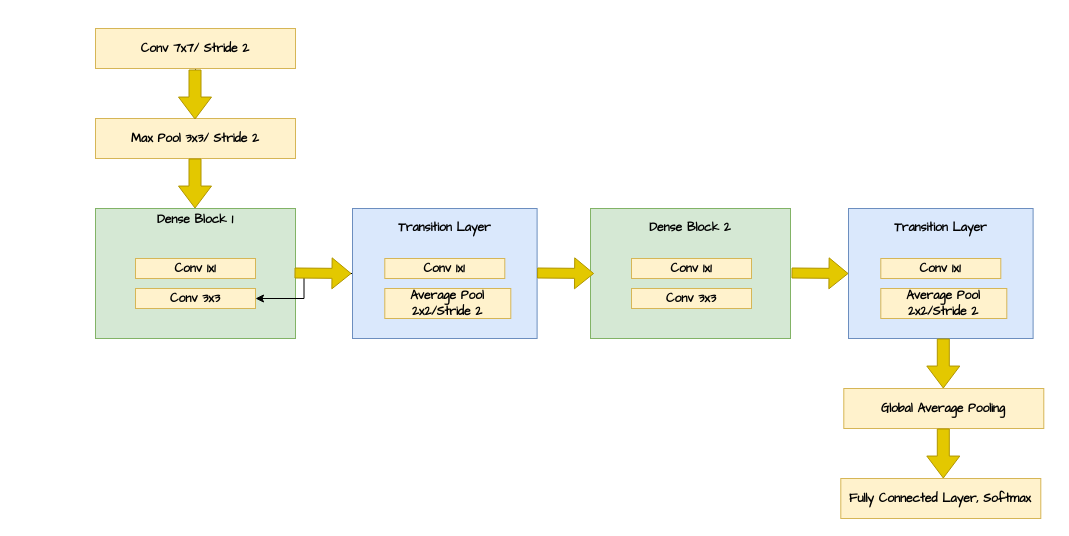
Earlier version of the draw.io diagram Untitled Diagram.drawio (dhrubapuc23/Computer-Vision). Source tidied: cells renumbered, new cells numbered last; positions are measured from the earlier drawing's top-left corner, leaving out a move shared by most shapes. Both pictures are drawn from the tidied source at 100%, with x=0, y=0 at pixel (95, 28).
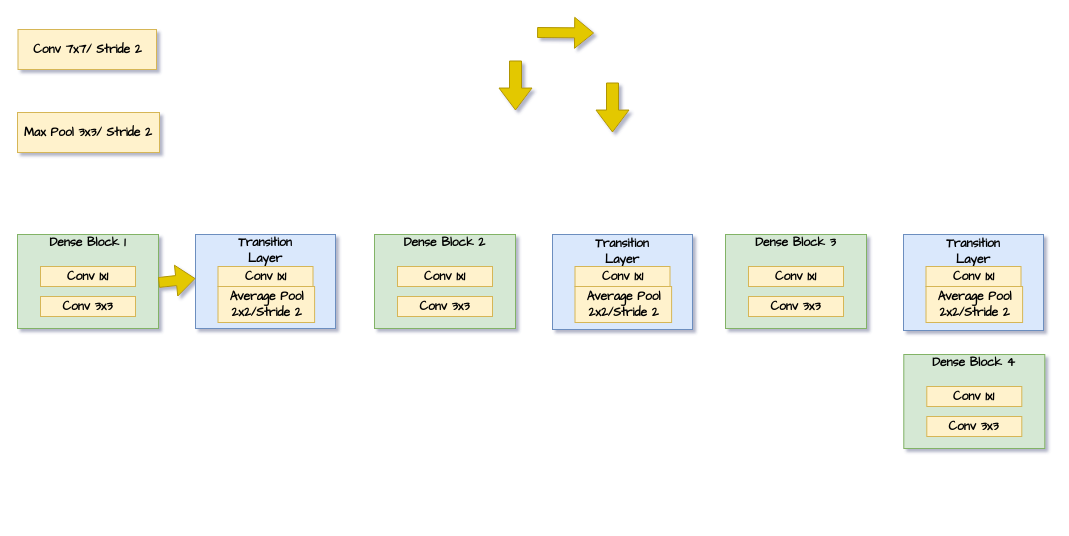
Above is the later version.

What changed in the source:
```diff
@@
-<mxGraphModel>
+<mxGraphModel shadow="1">
@@
-    <mxCell id="2" value="&lt;div align=&quot;center&quot;&gt;&lt;font face=&quot;Comic Sans MS&quot;&gt;&lt;b&gt;Dense Block 1&lt;/b&gt;&lt;/font&gt;&lt;/div&gt;&lt;div align=&quot;center&quot;&gt;&lt;font face=&quot;Comic Sans MS&quot;&gt;&lt;b&gt;&lt;br&gt;&lt;/b&gt;&lt;/font&gt;&lt;/div&gt;&lt;div align=&quot;center&quot;&gt;&lt;font face=&quot;Comic Sans MS&quot;&gt;&lt;b&gt;&lt;br&gt;&lt;/b&gt;&lt;/font&gt;&lt;/div&gt;&lt;div align=&quot;center&quot;&gt;&lt;font face=&quot;Comic Sans MS&quot;&gt;&lt;b&gt;&lt;br&gt;&lt;/b&gt;&lt;/font&gt;&lt;/div&gt;&lt;div align=&quot;center&quot;&gt;&lt;font face=&quot;Comic Sans MS&quot;&gt;&lt;b&gt;&lt;br&gt;&lt;/b&gt;&lt;/font&gt;&lt;/div&gt;&lt;div align=&quot;center&quot;&gt;&lt;font face=&quot;Comic Sans MS&quot;&gt;&lt;b&gt;&lt;br&gt;&lt;/b&gt;&lt;/font&gt;&lt;/div&gt;&lt;div align=&quot;center&quot;&gt;&lt;font face=&quot;Comic Sans MS&quot;&gt;&lt;b&gt;&lt;br&gt;&lt;/b&gt;&lt;/font&gt;&lt;/div&gt;&amp;nbsp;&amp;nbsp;&amp;nbsp;&amp;nbsp;&amp;nbsp;&amp;nbsp;&amp;nbsp;&amp;nbsp;&amp;nbsp;&amp;nbsp;&amp;nbsp;&amp;nbsp;&amp;nbsp;&amp;nbsp;&amp;nbsp;&amp;nbsp;&amp;nbsp;&amp;nbsp;&amp;nbsp;&amp;nbsp;&amp;nbsp;&amp;nbsp;&amp;nbsp;&amp;nbsp;&amp;nbsp;&amp;nbsp;&amp;nbsp;&amp;nbsp;&amp;nbsp;&amp;nbsp;&amp;nbsp;&amp;nbsp;&amp;nbsp;&amp;nbsp;&amp;nbsp;&amp;nbsp;&amp;nbsp;&amp;nbsp;&amp;nbsp;&amp;nbsp;&amp;nbsp;&amp;nbsp;&amp;nbsp;&amp;nbsp;&amp;nbsp;&amp;nbsp;&amp;nbsp;&amp;nbsp;&amp;nbsp;&amp;nbsp;&amp;nbsp;&amp;nbsp; " style="rounded=0;whiteSpace=wrap;html=1;fillColor=#d5e8d4;strokeColor=#82b366;shadow=0;sketch=0;glass=0;rotation=0;backgroundOutline=1;align=center;" parent="1" vertex="1">
-      <mxGeometry y="180" width="200" height="130" as="geometry" />
+    <mxCell id="2" value="&lt;div align=&quot;center&quot;&gt;&lt;font face=&quot;Comic Sans MS&quot;&gt;&lt;b&gt;&lt;br&gt;&lt;/b&gt;&lt;/font&gt;&lt;/div&gt;&lt;div align=&quot;center&quot;&gt;&lt;font face=&quot;Comic Sans MS&quot;&gt;&lt;b&gt;&lt;br&gt;&lt;/b&gt;&lt;/font&gt;&lt;/div&gt;&lt;div align=&quot;center&quot;&gt;&lt;font face=&quot;Comic Sans MS&quot;&gt;&lt;b&gt;Dense Block 1&lt;/b&gt;&lt;/font&gt;&lt;/div&gt;&lt;div align=&quot;center&quot;&gt;&lt;font face=&quot;Comic Sans MS&quot;&gt;&lt;b&gt;&lt;br&gt;&lt;/b&gt;&lt;/font&gt;&lt;/div&gt;&lt;div align=&quot;center&quot;&gt;&lt;font face=&quot;Comic Sans MS&quot;&gt;&lt;b&gt;&lt;br&gt;&lt;/b&gt;&lt;/font&gt;&lt;/div&gt;&lt;div align=&quot;center&quot;&gt;&lt;font face=&quot;Comic Sans MS&quot;&gt;&lt;b&gt;&lt;br&gt;&lt;/b&gt;&lt;/font&gt;&lt;/div&gt;&lt;div align=&quot;center&quot;&gt;&lt;font face=&quot;Comic Sans MS&quot;&gt;&lt;b&gt;&lt;br&gt;&lt;/b&gt;&lt;/font&gt;&lt;/div&gt;&lt;div align=&quot;center&quot;&gt;&lt;font face=&quot;Comic Sans MS&quot;&gt;&lt;b&gt;&lt;br&gt;&lt;/b&gt;&lt;/font&gt;&lt;/div&gt;&lt;div align=&quot;center&quot;&gt;&lt;font face=&quot;Comic Sans MS&quot;&gt;&lt;b&gt;&lt;br&gt;&lt;/b&gt;&lt;/font&gt;&lt;/div&gt;&lt;div align=&quot;center&quot;&gt;&lt;font face=&quot;Comic Sans MS&quot;&gt;&lt;b&gt;&lt;br&gt;&lt;/b&gt;&lt;/font&gt;&lt;/div&gt;" style="rounded=0;whiteSpace=wrap;html=1;fillColor=#d5e8d4;strokeColor=#82b366;shadow=0;sketch=0;glass=0;rotation=0;backgroundOutline=1;align=center;" parent="1" vertex="1">
+      <mxGeometry x="-78" y="206" width="141" height="94" as="geometry" />
     </mxCell>
     <mxCell id="3" value="&lt;b&gt;&lt;font face=&quot;Comic Sans MS&quot;&gt;Conv 1x1&lt;/font&gt;&lt;/b&gt;" style="rounded=0;whiteSpace=wrap;html=1;fillColor=#fff2cc;strokeColor=#d6b656;" parent="1" vertex="1">
-      <mxGeometry x="40" y="230" width="120" height="20" as="geometry" />
+      <mxGeometry x="-55" y="238" width="95" height="20" as="geometry" />
     </mxCell>
     <mxCell id="4" value="&lt;b&gt;&lt;font face=&quot;Comic Sans MS&quot;&gt;Conv 3x3&lt;/font&gt;&lt;/b&gt;" style="rounded=0;whiteSpace=wrap;html=1;fillColor=#fff2cc;strokeColor=#d6b656;" parent="1" vertex="1">
-      <mxGeometry x="40" y="260" width="120" height="20" as="geometry" />
+      <mxGeometry x="-55" y="268" width="95" height="20" as="geometry" />
     </mxCell>
-    <mxCell id="5" style="edgeStyle=orthogonalEdgeStyle;rounded=0;jettySize=auto;html=1;fontFamily=Comic Sans MS;" parent="1" edge="1" source="6" target="4">
-      <mxGeometry relative="1" as="geometry" />
-    </mxCell>
-    <mxCell id="6" value="&lt;blockquote&gt;&lt;b&gt;&lt;font face=&quot;Comic Sans MS&quot;&gt;Transition Layer&lt;br&gt;&lt;br&gt;&lt;br&gt;&lt;br&gt;&lt;br&gt;&lt;br&gt;&lt;br&gt;&lt;/font&gt;&lt;/b&gt;&lt;/blockquote&gt;" style="rounded=0;whiteSpace=wrap;html=1;fillColor=#dae8fc;strokeColor=#6c8ebf;shadow=0;sketch=0;glass=0;rotation=0;backgroundOutline=1;align=center;" parent="1" vertex="1">
-      <mxGeometry x="257" y="180" width="184.6" height="130" as="geometry" />
+    <mxCell id="6" value="&lt;blockquote&gt;&lt;b&gt;&lt;font face=&quot;Comic Sans MS&quot;&gt;Transition Layer&lt;br&gt;&lt;br&gt;&lt;br&gt;&lt;br&gt;&lt;br&gt;&lt;/font&gt;&lt;/b&gt;&lt;/blockquote&gt;" style="rounded=0;whiteSpace=wrap;html=1;fillColor=#dae8fc;strokeColor=#6c8ebf;shadow=0;sketch=0;glass=0;rotation=0;backgroundOutline=1;align=center;" parent="1" vertex="1">
+      <mxGeometry x="100" y="206" width="140" height="94" as="geometry" />
     </mxCell>
-    <mxCell id="7" value="&lt;b&gt;&lt;font face=&quot;Comic Sans MS&quot;&gt;Conv 1x1&lt;/font&gt;&lt;/b&gt;" style="rounded=0;whiteSpace=wrap;html=1;fillColor=#fff2cc;strokeColor=#d6b656;" parent="1" vertex="1">
-      <mxGeometry x="289.3" y="230" width="120" height="20" as="geometry" />
-    </mxCell>
     <mxCell id="8" value="&lt;b&gt;&lt;font face=&quot;Comic Sans MS&quot;&gt;Average Pool 2x2/Stride 2&lt;/font&gt;&lt;/b&gt;" style="rounded=0;whiteSpace=wrap;html=1;fillColor=#fff2cc;strokeColor=#d6b656;" parent="1" vertex="1">
-      <mxGeometry x="289.3" y="260" width="126" height="30" as="geometry" />
+      <mxGeometry x="122.5" y="258" width="96.6" height="36" as="geometry" />
     </mxCell>
-    <mxCell id="9" value="&lt;div align=&quot;center&quot;&gt;&lt;font face=&quot;Comic Sans MS&quot;&gt;&lt;b&gt;Dense Block 2&lt;br&gt;&lt;/b&gt;&lt;/font&gt;&lt;/div&gt;&lt;div align=&quot;center&quot;&gt;&lt;font face=&quot;Comic Sans MS&quot;&gt;&lt;b&gt;&lt;br&gt;&lt;/b&gt;&lt;/font&gt;&lt;/div&gt;&lt;div align=&quot;center&quot;&gt;&lt;font face=&quot;Comic Sans MS&quot;&gt;&lt;b&gt;&lt;br&gt;&lt;/b&gt;&lt;/font&gt;&lt;/div&gt;&lt;div align=&quot;center&quot;&gt;&lt;font face=&quot;Comic Sans MS&quot;&gt;&lt;b&gt;&lt;br&gt;&lt;/b&gt;&lt;/font&gt;&lt;/div&gt;&lt;div align=&quot;center&quot;&gt;&lt;font face=&quot;Comic Sans MS&quot;&gt;&lt;b&gt;&lt;br&gt;&lt;/b&gt;&lt;/font&gt;&lt;/div&gt;&lt;div align=&quot;center&quot;&gt;&lt;font face=&quot;Comic Sans MS&quot;&gt;&lt;b&gt;&lt;br&gt;&lt;/b&gt;&lt;/font&gt;&lt;/div&gt;&lt;div align=&quot;center&quot;&gt;&lt;font face=&quot;Comic Sans MS&quot;&gt;&lt;b&gt;&lt;br&gt;&lt;/b&gt;&lt;/font&gt;&lt;/div&gt;" style="rounded=0;whiteSpace=wrap;html=1;fillColor=#d5e8d4;strokeColor=#82b366;shadow=0;sketch=0;glass=0;rotation=0;backgroundOutline=1;align=center;" parent="1" vertex="1">
-      <mxGeometry x="495" y="180" width="200" height="130" as="geometry" />
-    </mxCell>
-    <mxCell id="10" value="&lt;b&gt;&lt;font face=&quot;Comic Sans MS&quot;&gt;Conv 1x1&lt;/font&gt;&lt;/b&gt;" style="rounded=0;whiteSpace=wrap;html=1;fillColor=#fff2cc;strokeColor=#d6b656;" parent="1" vertex="1">
-      <mxGeometry x="536" y="230" width="120" height="20" as="geometry" />
-    </mxCell>
-    <mxCell id="11" value="&lt;b&gt;&lt;font face=&quot;Comic Sans MS&quot;&gt;Conv 3x3&lt;/font&gt;&lt;/b&gt;" style="rounded=0;whiteSpace=wrap;html=1;fillColor=#fff2cc;strokeColor=#d6b656;" parent="1" vertex="1">
-      <mxGeometry x="536" y="260" width="120" height="20" as="geometry" />
-    </mxCell>
-    <mxCell id="12" value="&lt;blockquote&gt;&lt;b&gt;&lt;font face=&quot;Comic Sans MS&quot;&gt;Transition Layer&lt;br&gt;&lt;br&gt;&lt;br&gt;&lt;br&gt;&lt;br&gt;&lt;br&gt;&lt;br&gt;&lt;/font&gt;&lt;/b&gt;&lt;/blockquote&gt;" style="rounded=0;whiteSpace=wrap;html=1;fillColor=#dae8fc;strokeColor=#6c8ebf;shadow=0;sketch=0;glass=0;rotation=0;backgroundOutline=1;align=center;" parent="1" vertex="1">
-      <mxGeometry x="753" y="180" width="184.6" height="130" as="geometry" />
-    </mxCell>
-    <mxCell id="13" value="&lt;b&gt;&lt;font face=&quot;Comic Sans MS&quot;&gt;Conv 1x1&lt;/font&gt;&lt;/b&gt;" style="rounded=0;whiteSpace=wrap;html=1;fillColor=#fff2cc;strokeColor=#d6b656;" parent="1" vertex="1">
-      <mxGeometry x="785.3" y="230" width="120" height="20" as="geometry" />
-    </mxCell>
-    <mxCell id="14" value="&lt;b&gt;&lt;font face=&quot;Comic Sans MS&quot;&gt;Average Pool 2x2/Stride 2&lt;/font&gt;&lt;/b&gt;" style="rounded=0;whiteSpace=wrap;html=1;fillColor=#fff2cc;strokeColor=#d6b656;" parent="1" vertex="1">
-      <mxGeometry x="785.3" y="260" width="126" height="30" as="geometry" />
-    </mxCell>
     <mxCell id="15" style="shape=flexArrow;endArrow=classic;html=1;rounded=0;fontFamily=Comic Sans MS;fillColor=#e3c800;strokeColor=#B09500;" parent="1" edge="1">
       <mxGeometry relative="1" as="geometry">
-        <mxPoint x="199" y="244.5" as="sourcePoint" />
-        <mxPoint x="256" y="245" as="targetPoint" />
+        <mxPoint x="63" y="254" as="sourcePoint" />
+        <mxPoint x="100" y="250" as="targetPoint" />
       </mxGeometry>
     </mxCell>
     <mxCell id="16" style="shape=flexArrow;endArrow=classic;html=1;rounded=0;fontFamily=Comic Sans MS;fillColor=#e3c800;strokeColor=#B09500;" parent="1" edge="1">
       <mxGeometry relative="1" as="geometry">
-        <mxPoint x="441.6" y="244.5" as="sourcePoint" />
-        <mxPoint x="498.6" y="245" as="targetPoint" />
+        <mxPoint x="441.6" y="4" as="sourcePoint" />
+        <mxPoint x="498.6" y="4.5" as="targetPoint" />
       </mxGeometry>
     </mxCell>
-    <mxCell id="17" style="shape=flexArrow;endArrow=classic;html=1;rounded=0;fontFamily=Comic Sans MS;fillColor=#e3c800;strokeColor=#B09500;" parent="1" edge="1">
-      <mxGeometry relative="1" as="geometry">
-        <mxPoint x="696" y="244.5" as="sourcePoint" />
-        <mxPoint x="753" y="245" as="targetPoint" />
-      </mxGeometry>
-    </mxCell>
-    <mxCell id="18" style="edgeStyle=orthogonalEdgeStyle;rounded=0;jettySize=auto;html=1;fontFamily=Comic Sans MS;" parent="1" edge="1" source="19" target="20">
-      <mxGeometry relative="1" as="geometry" />
-    </mxCell>
     <mxCell id="19" value="&lt;b&gt;&lt;font face=&quot;Comic Sans MS&quot;&gt;Max Pool 3x3/ Stride 2&lt;/font&gt;&lt;/b&gt;" style="rounded=0;whiteSpace=wrap;html=1;fillColor=#fff2cc;strokeColor=#d6b656;" parent="1" vertex="1">
-      <mxGeometry y="90" width="200" height="40" as="geometry" />
+      <mxGeometry x="-78" y="84" width="142" height="40" as="geometry" />
     </mxCell>
     <mxCell id="20" value="&lt;b&gt;&lt;font face=&quot;Comic Sans MS&quot;&gt;Conv 7x7/ Stride 2&lt;/font&gt;&lt;/b&gt;" style="rounded=0;whiteSpace=wrap;html=1;fillColor=#fff2cc;strokeColor=#d6b656;" parent="1" vertex="1">
-      <mxGeometry width="200" height="40" as="geometry" />
+      <mxGeometry x="-77.5" y="1" width="138.5" height="40" as="geometry" />
     </mxCell>
     <mxCell id="21" style="shape=flexArrow;endArrow=classic;html=1;rounded=0;fontFamily=Comic Sans MS;fillColor=#e3c800;strokeColor=#B09500;width=12;endSize=6.98;" parent="1" edge="1">
       <mxGeometry relative="1" as="geometry">
-        <mxPoint x="99.5" y="41" as="sourcePoint" />
-        <mxPoint x="99.5" y="91" as="targetPoint" />
+        <mxPoint x="420" y="32" as="sourcePoint" />
+        <mxPoint x="420" y="82" as="targetPoint" />
       </mxGeometry>
     </mxCell>
     <mxCell id="22" style="shape=flexArrow;endArrow=classic;html=1;rounded=0;fontFamily=Comic Sans MS;fillColor=#e3c800;strokeColor=#B09500;width=12;endSize=6.98;" parent="1" edge="1">
       <mxGeometry relative="1" as="geometry">
-        <mxPoint x="99.5" y="130" as="sourcePoint" />
-        <mxPoint x="99.5" y="180" as="targetPoint" />
+        <mxPoint x="517" y="54" as="sourcePoint" />
+        <mxPoint x="517" y="104" as="targetPoint" />
       </mxGeometry>
     </mxCell>
-    <mxCell id="23" value="&lt;b&gt;&lt;font face=&quot;Comic Sans MS&quot;&gt;Global Average Pooling&lt;/font&gt;&lt;/b&gt;" style="rounded=0;whiteSpace=wrap;html=1;fillColor=#fff2cc;strokeColor=#d6b656;" parent="1" vertex="1">
-      <mxGeometry x="748.3" y="360" width="200" height="40" as="geometry" />
-    </mxCell>
-    <mxCell id="24" value="&lt;b&gt;&lt;font face=&quot;Comic Sans MS&quot;&gt;Fully Connected Layer, Softmax&lt;/font&gt;&lt;/b&gt;" style="rounded=0;whiteSpace=wrap;html=1;fillColor=#fff2cc;strokeColor=#d6b656;" parent="1" vertex="1">
-      <mxGeometry x="745.3" y="450" width="200" height="40" as="geometry" />
-    </mxCell>
-    <mxCell id="25" style="shape=flexArrow;endArrow=classic;html=1;rounded=0;fontFamily=Comic Sans MS;fillColor=#e3c800;strokeColor=#B09500;width=12;endSize=6.98;" parent="1" edge="1">
-      <mxGeometry relative="1" as="geometry">
-        <mxPoint x="847.8" y="310" as="sourcePoint" />
-        <mxPoint x="847.8" y="360" as="targetPoint" />
-      </mxGeometry>
-    </mxCell>
-    <mxCell id="26" style="shape=flexArrow;endArrow=classic;html=1;rounded=0;fontFamily=Comic Sans MS;fillColor=#e3c800;strokeColor=#B09500;width=12;endSize=6.98;" parent="1" edge="1">
-      <mxGeometry relative="1" as="geometry">
-        <mxPoint x="847.8" y="400" as="sourcePoint" />
-        <mxPoint x="847.8" y="450" as="targetPoint" />
-      </mxGeometry>
-    </mxCell>
+    <mxCell id="27" value="&lt;b&gt;&lt;font face=&quot;Comic Sans MS&quot;&gt;Conv 1x1&lt;/font&gt;&lt;/b&gt;" style="rounded=0;whiteSpace=wrap;html=1;fillColor=#fff2cc;strokeColor=#d6b656;" parent="1" vertex="1">
+      <mxGeometry x="122.5" y="238" width="95" height="20" as="geometry" />
+    </mxCell>
+    <mxCell id="9" value="&lt;div align=&quot;center&quot;&gt;&lt;font face=&quot;Comic Sans MS&quot;&gt;&lt;b&gt;&lt;br&gt;&lt;/b&gt;&lt;/font&gt;&lt;/div&gt;&lt;div align=&quot;center&quot;&gt;&lt;font face=&quot;Comic Sans MS&quot;&gt;&lt;b&gt;&lt;br&gt;&lt;/b&gt;&lt;/font&gt;&lt;/div&gt;&lt;div align=&quot;center&quot;&gt;&lt;font face=&quot;Comic Sans MS&quot;&gt;&lt;b&gt;Dense Block 2&lt;br&gt;&lt;/b&gt;&lt;/font&gt;&lt;/div&gt;&lt;div align=&quot;center&quot;&gt;&lt;font face=&quot;Comic Sans MS&quot;&gt;&lt;b&gt;&lt;br&gt;&lt;/b&gt;&lt;/font&gt;&lt;/div&gt;&lt;div align=&quot;center&quot;&gt;&lt;font face=&quot;Comic Sans MS&quot;&gt;&lt;b&gt;&lt;br&gt;&lt;/b&gt;&lt;/font&gt;&lt;/div&gt;&lt;div align=&quot;center&quot;&gt;&lt;font face=&quot;Comic Sans MS&quot;&gt;&lt;b&gt;&lt;br&gt;&lt;/b&gt;&lt;/font&gt;&lt;/div&gt;&lt;div align=&quot;center&quot;&gt;&lt;font face=&quot;Comic Sans MS&quot;&gt;&lt;b&gt;&lt;br&gt;&lt;/b&gt;&lt;/font&gt;&lt;/div&gt;&lt;div align=&quot;center&quot;&gt;&lt;font face=&quot;Comic Sans MS&quot;&gt;&lt;b&gt;&lt;br&gt;&lt;/b&gt;&lt;/font&gt;&lt;/div&gt;&lt;div align=&quot;center&quot;&gt;&lt;font face=&quot;Comic Sans MS&quot;&gt;&lt;b&gt;&lt;br&gt;&lt;/b&gt;&lt;/font&gt;&lt;/div&gt;&lt;div align=&quot;center&quot;&gt;&lt;font face=&quot;Comic Sans MS&quot;&gt;&lt;b&gt;&lt;br&gt;&lt;/b&gt;&lt;/font&gt;&lt;/div&gt;" style="rounded=0;whiteSpace=wrap;html=1;fillColor=#d5e8d4;strokeColor=#82b366;shadow=0;sketch=0;glass=0;rotation=0;backgroundOutline=1;align=center;" parent="1" vertex="1">
+      <mxGeometry x="279" y="206" width="141" height="94" as="geometry" />
+    </mxCell>
+    <mxCell id="28" value="&lt;b&gt;&lt;font face=&quot;Comic Sans MS&quot;&gt;Conv 1x1&lt;/font&gt;&lt;/b&gt;" style="rounded=0;whiteSpace=wrap;html=1;fillColor=#fff2cc;strokeColor=#d6b656;" parent="1" vertex="1">
+      <mxGeometry x="302" y="238" width="95" height="20" as="geometry" />
+    </mxCell>
+    <mxCell id="29" value="&lt;b&gt;&lt;font face=&quot;Comic Sans MS&quot;&gt;Conv 3x3&lt;/font&gt;&lt;/b&gt;" style="rounded=0;whiteSpace=wrap;html=1;fillColor=#fff2cc;strokeColor=#d6b656;" parent="1" vertex="1">
+      <mxGeometry x="302" y="268" width="95" height="20" as="geometry" />
+    </mxCell>
+    <mxCell id="30" value="&lt;blockquote&gt;&lt;b&gt;&lt;font face=&quot;Comic Sans MS&quot;&gt;Transition Layer&lt;br&gt;&lt;br&gt;&lt;br&gt;&lt;br&gt;&lt;br&gt;&lt;/font&gt;&lt;/b&gt;&lt;/blockquote&gt;" style="rounded=0;whiteSpace=wrap;html=1;fillColor=#dae8fc;strokeColor=#6c8ebf;shadow=0;sketch=0;glass=0;rotation=0;backgroundOutline=1;align=center;" parent="1" vertex="1">
+      <mxGeometry x="457" y="206" width="140" height="95" as="geometry" />
+    </mxCell>
+    <mxCell id="31" value="&lt;b&gt;&lt;font face=&quot;Comic Sans MS&quot;&gt;Average Pool 2x2/Stride 2&lt;/font&gt;&lt;/b&gt;" style="rounded=0;whiteSpace=wrap;html=1;fillColor=#fff2cc;strokeColor=#d6b656;" parent="1" vertex="1">
+      <mxGeometry x="479.5" y="258" width="96.6" height="36" as="geometry" />
+    </mxCell>
+    <mxCell id="32" value="&lt;b&gt;&lt;font face=&quot;Comic Sans MS&quot;&gt;Conv 1x1&lt;/font&gt;&lt;/b&gt;" style="rounded=0;whiteSpace=wrap;html=1;fillColor=#fff2cc;strokeColor=#d6b656;" parent="1" vertex="1">
+      <mxGeometry x="479.5" y="238" width="95" height="20" as="geometry" />
+    </mxCell>
+    <mxCell id="33" value="&lt;div align=&quot;center&quot;&gt;&lt;font face=&quot;Comic Sans MS&quot;&gt;&lt;b&gt;&lt;br&gt;&lt;/b&gt;&lt;/font&gt;&lt;/div&gt;&lt;div align=&quot;center&quot;&gt;&lt;font face=&quot;Comic Sans MS&quot;&gt;&lt;b&gt;&lt;br&gt;&lt;/b&gt;&lt;/font&gt;&lt;/div&gt;&lt;div align=&quot;center&quot;&gt;&lt;font face=&quot;Comic Sans MS&quot;&gt;&lt;b&gt;Dense Block 3&lt;br&gt;&lt;/b&gt;&lt;/font&gt;&lt;/div&gt;&lt;div align=&quot;center&quot;&gt;&lt;font face=&quot;Comic Sans MS&quot;&gt;&lt;b&gt;&lt;br&gt;&lt;/b&gt;&lt;/font&gt;&lt;/div&gt;&lt;div align=&quot;center&quot;&gt;&lt;font face=&quot;Comic Sans MS&quot;&gt;&lt;b&gt;&lt;br&gt;&lt;/b&gt;&lt;/font&gt;&lt;/div&gt;&lt;div align=&quot;center&quot;&gt;&lt;font face=&quot;Comic Sans MS&quot;&gt;&lt;b&gt;&lt;br&gt;&lt;/b&gt;&lt;/font&gt;&lt;/div&gt;&lt;div align=&quot;center&quot;&gt;&lt;font face=&quot;Comic Sans MS&quot;&gt;&lt;b&gt;&lt;br&gt;&lt;/b&gt;&lt;/font&gt;&lt;/div&gt;&lt;div align=&quot;center&quot;&gt;&lt;font face=&quot;Comic Sans MS&quot;&gt;&lt;b&gt;&lt;br&gt;&lt;/b&gt;&lt;/font&gt;&lt;/div&gt;&lt;div align=&quot;center&quot;&gt;&lt;font face=&quot;Comic Sans MS&quot;&gt;&lt;b&gt;&lt;br&gt;&lt;/b&gt;&lt;/font&gt;&lt;/div&gt;&lt;div align=&quot;center&quot;&gt;&lt;font face=&quot;Comic Sans MS&quot;&gt;&lt;b&gt;&lt;br&gt;&lt;/b&gt;&lt;/font&gt;&lt;/div&gt;" style="rounded=0;whiteSpace=wrap;html=1;fillColor=#d5e8d4;strokeColor=#82b366;shadow=0;sketch=0;glass=0;rotation=0;backgroundOutline=1;align=center;" parent="1" vertex="1">
+      <mxGeometry x="630" y="206" width="141" height="94" as="geometry" />
+    </mxCell>
+    <mxCell id="34" value="&lt;b&gt;&lt;font face=&quot;Comic Sans MS&quot;&gt;Conv 1x1&lt;/font&gt;&lt;/b&gt;" style="rounded=0;whiteSpace=wrap;html=1;fillColor=#fff2cc;strokeColor=#d6b656;" parent="1" vertex="1">
+      <mxGeometry x="653" y="238" width="95" height="20" as="geometry" />
+    </mxCell>
+    <mxCell id="35" value="&lt;b&gt;&lt;font face=&quot;Comic Sans MS&quot;&gt;Conv 3x3&lt;/font&gt;&lt;/b&gt;" style="rounded=0;whiteSpace=wrap;html=1;fillColor=#fff2cc;strokeColor=#d6b656;" parent="1" vertex="1">
+      <mxGeometry x="653" y="268" width="95" height="20" as="geometry" />
+    </mxCell>
+    <mxCell id="36" value="&lt;blockquote&gt;&lt;b&gt;&lt;font face=&quot;Comic Sans MS&quot;&gt;Transition Layer&lt;br&gt;&lt;br&gt;&lt;br&gt;&lt;br&gt;&lt;br&gt;&lt;/font&gt;&lt;/b&gt;&lt;/blockquote&gt;" style="rounded=0;whiteSpace=wrap;html=1;fillColor=#dae8fc;strokeColor=#6c8ebf;shadow=0;sketch=0;glass=0;rotation=0;backgroundOutline=1;align=center;" parent="1" vertex="1">
+      <mxGeometry x="808" y="206" width="140" height="96" as="geometry" />
+    </mxCell>
+    <mxCell id="37" value="&lt;b&gt;&lt;font face=&quot;Comic Sans MS&quot;&gt;Average Pool 2x2/Stride 2&lt;/font&gt;&lt;/b&gt;" style="rounded=0;whiteSpace=wrap;html=1;fillColor=#fff2cc;strokeColor=#d6b656;" parent="1" vertex="1">
+      <mxGeometry x="830.5" y="258" width="96.6" height="36" as="geometry" />
+    </mxCell>
+    <mxCell id="38" value="&lt;b&gt;&lt;font face=&quot;Comic Sans MS&quot;&gt;Conv 1x1&lt;/font&gt;&lt;/b&gt;" style="rounded=0;whiteSpace=wrap;html=1;fillColor=#fff2cc;strokeColor=#d6b656;" parent="1" vertex="1">
+      <mxGeometry x="830.5" y="238" width="95" height="20" as="geometry" />
+    </mxCell>
+    <mxCell id="39" value="&lt;div align=&quot;center&quot;&gt;&lt;font face=&quot;Comic Sans MS&quot;&gt;&lt;b&gt;&lt;br&gt;&lt;/b&gt;&lt;/font&gt;&lt;/div&gt;&lt;div align=&quot;center&quot;&gt;&lt;font face=&quot;Comic Sans MS&quot;&gt;&lt;b&gt;&lt;br&gt;&lt;/b&gt;&lt;/font&gt;&lt;/div&gt;&lt;div align=&quot;center&quot;&gt;&lt;font face=&quot;Comic Sans MS&quot;&gt;&lt;b&gt;Dense Block 4&lt;br&gt;&lt;/b&gt;&lt;/font&gt;&lt;/div&gt;&lt;div align=&quot;center&quot;&gt;&lt;font face=&quot;Comic Sans MS&quot;&gt;&lt;b&gt;&lt;br&gt;&lt;/b&gt;&lt;/font&gt;&lt;/div&gt;&lt;div align=&quot;center&quot;&gt;&lt;font face=&quot;Comic Sans MS&quot;&gt;&lt;b&gt;&lt;br&gt;&lt;/b&gt;&lt;/font&gt;&lt;/div&gt;&lt;div align=&quot;center&quot;&gt;&lt;font face=&quot;Comic Sans MS&quot;&gt;&lt;b&gt;&lt;br&gt;&lt;/b&gt;&lt;/font&gt;&lt;/div&gt;&lt;div align=&quot;center&quot;&gt;&lt;font face=&quot;Comic Sans MS&quot;&gt;&lt;b&gt;&lt;br&gt;&lt;/b&gt;&lt;/font&gt;&lt;/div&gt;&lt;div align=&quot;center&quot;&gt;&lt;font face=&quot;Comic Sans MS&quot;&gt;&lt;b&gt;&lt;br&gt;&lt;/b&gt;&lt;/font&gt;&lt;/div&gt;&lt;div align=&quot;center&quot;&gt;&lt;font face=&quot;Comic Sans MS&quot;&gt;&lt;b&gt;&lt;br&gt;&lt;/b&gt;&lt;/font&gt;&lt;/div&gt;&lt;div align=&quot;center&quot;&gt;&lt;font face=&quot;Comic Sans MS&quot;&gt;&lt;b&gt;&lt;br&gt;&lt;/b&gt;&lt;/font&gt;&lt;/div&gt;" style="rounded=0;whiteSpace=wrap;html=1;fillColor=#d5e8d4;strokeColor=#82b366;shadow=0;sketch=0;glass=0;rotation=0;backgroundOutline=1;align=center;" parent="1" vertex="1">
+      <mxGeometry x="808.3" y="326" width="141" height="94" as="geometry" />
+    </mxCell>
+    <mxCell id="40" value="&lt;b&gt;&lt;font face=&quot;Comic Sans MS&quot;&gt;Conv 1x1&lt;/font&gt;&lt;/b&gt;" style="rounded=0;whiteSpace=wrap;html=1;fillColor=#fff2cc;strokeColor=#d6b656;" parent="1" vertex="1">
+      <mxGeometry x="831.3" y="358" width="95" height="20" as="geometry" />
+    </mxCell>
+    <mxCell id="41" value="&lt;b&gt;&lt;font face=&quot;Comic Sans MS&quot;&gt;Conv 3x3&lt;/font&gt;&lt;/b&gt;" style="rounded=0;whiteSpace=wrap;html=1;fillColor=#fff2cc;strokeColor=#d6b656;" parent="1" vertex="1">
+      <mxGeometry x="831.3" y="388" width="95" height="20" as="geometry" />
+    </mxCell>
```
